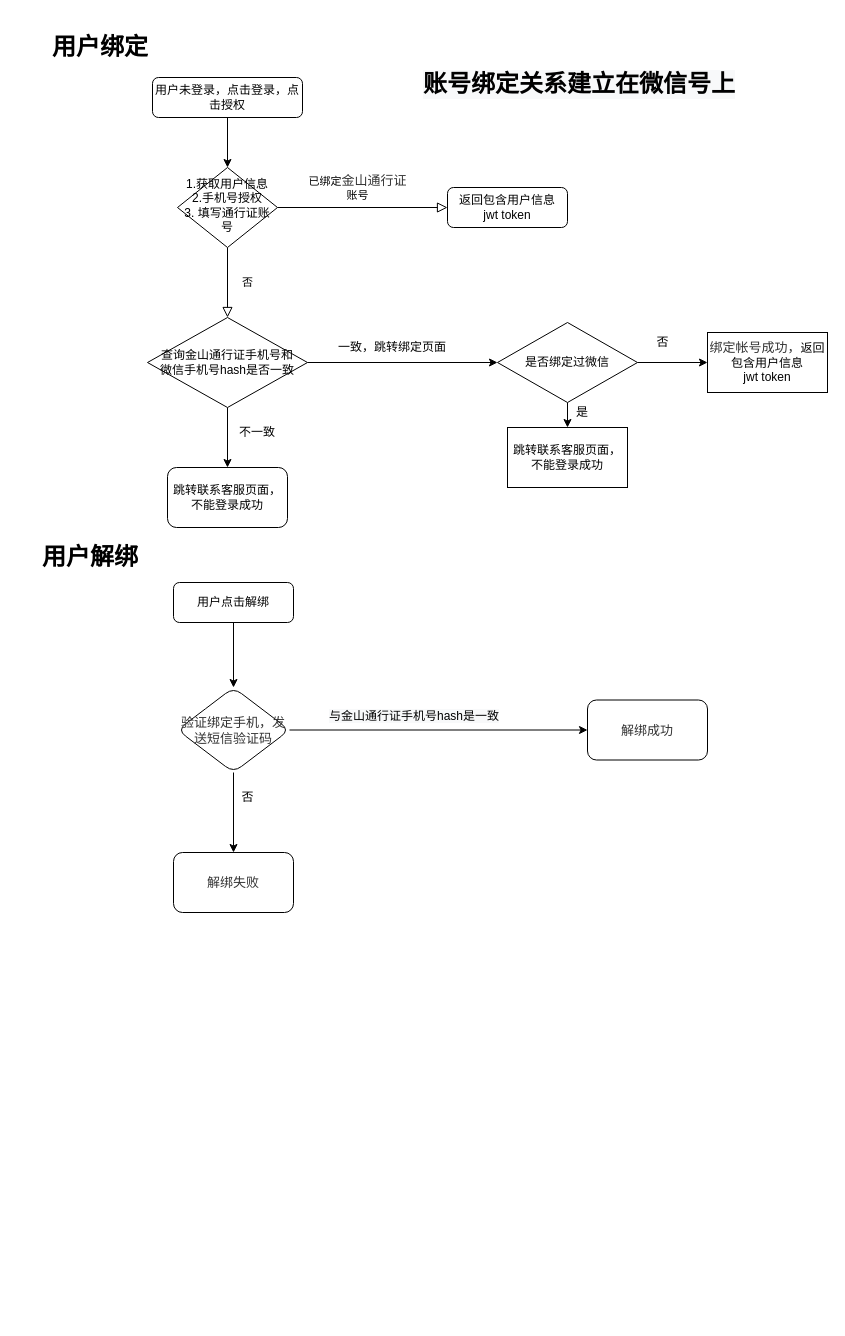
This is Untitled Diagram.drawio from over-star/drawio, a draw.io file, before an edit. Source tidied: cells renumbered, new cells numbered last; positions are measured from the earlier drawing's top-left corner, leaving out a move shared by most shapes. Both pictures are drawn from the tidied source at 100%, with x=0, y=0 at pixel (37, 27).
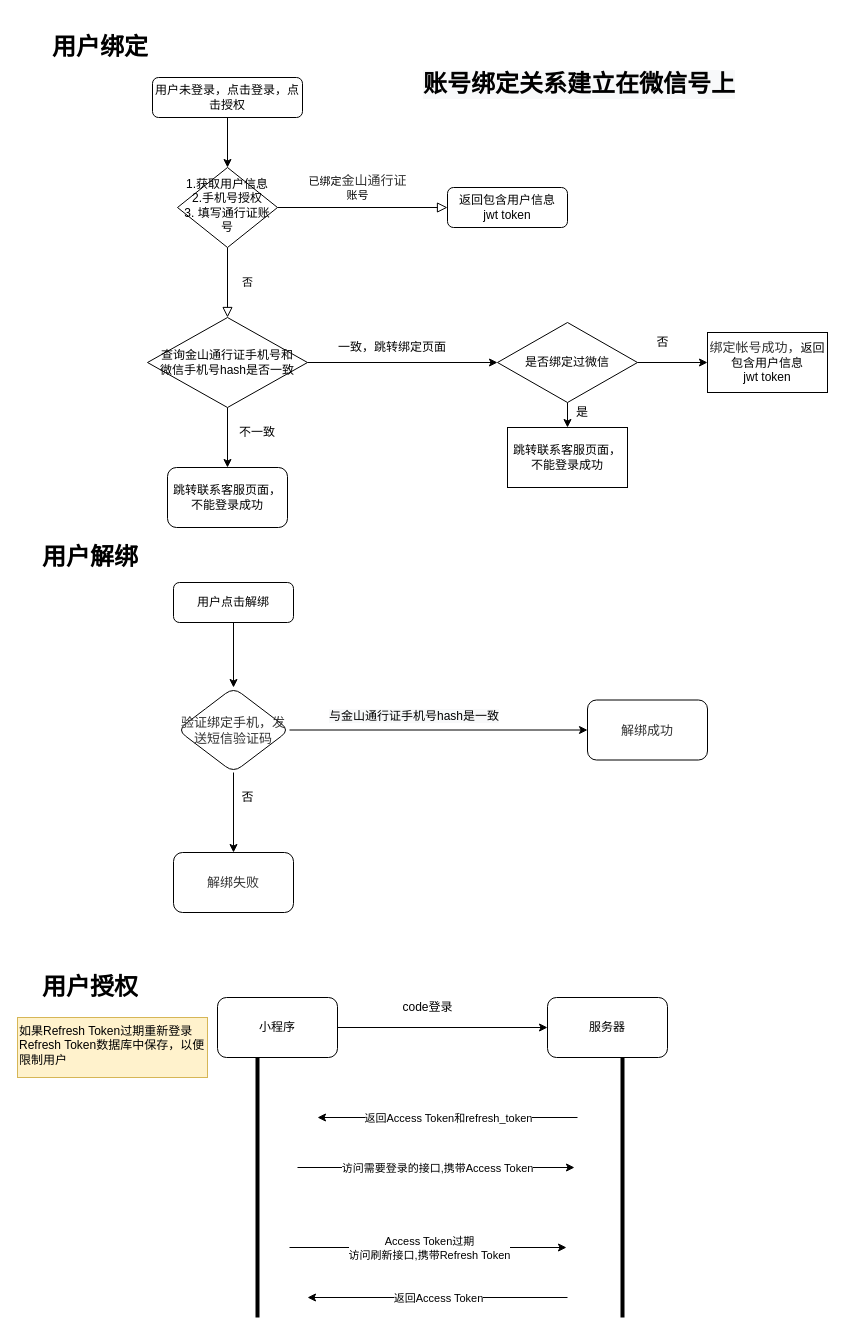
After the change.

The edit, as a diff of the source:
```diff
@@
+    <mxCell id="33" value="&lt;h1&gt;用户授权&lt;/h1&gt;&lt;p&gt;&lt;br&gt;&lt;/p&gt;" style="text;html=1;strokeColor=none;fillColor=none;spacing=5;spacingTop=-20;whiteSpace=wrap;overflow=hidden;rounded=0;" parent="1" vertex="1">
+      <mxGeometry y="940" width="190" height="40" as="geometry" />
+    </mxCell>
+    <mxCell id="34" style="edgeStyle=orthogonalEdgeStyle;rounded=0;jettySize=auto;html=1;" parent="1" edge="1" source="35" target="36">
+      <mxGeometry relative="1" as="geometry" />
+    </mxCell>
+    <mxCell id="35" value="小程序" style="rounded=1;whiteSpace=wrap;html=1;" parent="1" vertex="1">
+      <mxGeometry x="180" y="970" width="120" height="60" as="geometry" />
+    </mxCell>
+    <mxCell id="36" value="服务器" style="rounded=1;whiteSpace=wrap;html=1;" parent="1" vertex="1">
+      <mxGeometry x="510" y="970" width="120" height="60" as="geometry" />
+    </mxCell>
+    <mxCell id="37" value="code登录" style="text;html=1;align=center;verticalAlign=middle;strokeColor=none;fillColor=none;" parent="1" vertex="1">
+      <mxGeometry x="355" y="970" width="70" height="20" as="geometry" />
+    </mxCell>
+    <mxCell id="38" style="line;strokeWidth=4;direction=south;html=1;perimeter=backbonePerimeter;" parent="1" vertex="1">
+      <mxGeometry x="580" y="1030" width="10" height="260" as="geometry" />
+    </mxCell>
+    <mxCell id="39" style="endArrow=classic;html=1;rounded=0;" parent="1" edge="1">
+      <mxGeometry relative="1" as="geometry">
+        <mxPoint x="540" y="1090" as="sourcePoint" />
+        <mxPoint x="280" y="1090" as="targetPoint" />
+      </mxGeometry>
+    </mxCell>
+    <mxCell id="40" value="返回Access Token和refresh_token" style="edgeLabel;html=1;align=center;verticalAlign=middle;" parent="39" vertex="1">
+      <mxGeometry relative="1" as="geometry" />
+    </mxCell>
+    <mxCell id="41" style="line;strokeWidth=4;direction=south;html=1;perimeter=backbonePerimeter;" parent="1" vertex="1">
+      <mxGeometry x="215" y="1030" width="10" height="260" as="geometry" />
+    </mxCell>
+    <mxCell id="42" style="endArrow=classic;html=1;rounded=0;" parent="1" edge="1">
+      <mxGeometry relative="1" as="geometry">
+        <mxPoint x="260" y="1140" as="sourcePoint" />
+        <mxPoint x="537" y="1140" as="targetPoint" />
+      </mxGeometry>
+    </mxCell>
+    <mxCell id="43" value="访问需要登录的接口,携带Access Token" style="edgeLabel;html=1;align=center;verticalAlign=middle;" parent="42" vertex="1">
+      <mxGeometry relative="1" as="geometry" />
+    </mxCell>
+    <mxCell id="44" style="endArrow=classic;html=1;rounded=0;" parent="1" edge="1">
+      <mxGeometry relative="1" as="geometry">
+        <mxPoint x="530" y="1270" as="sourcePoint" />
+        <mxPoint x="270" y="1270" as="targetPoint" />
+      </mxGeometry>
+    </mxCell>
+    <mxCell id="45" value="返回Access Token" style="edgeLabel;html=1;align=center;verticalAlign=middle;" parent="44" vertex="1">
+      <mxGeometry relative="1" as="geometry" />
+    </mxCell>
+    <mxCell id="46" style="endArrow=classic;html=1;rounded=0;" parent="1" edge="1">
+      <mxGeometry relative="1" as="geometry">
+        <mxPoint x="252" y="1220" as="sourcePoint" />
+        <mxPoint x="529" y="1220" as="targetPoint" />
+      </mxGeometry>
+    </mxCell>
+    <mxCell id="47" value="&lt;div&gt;&lt;span style=&quot;font-size: 11px&quot;&gt;Access Token过期&lt;/span&gt;&lt;/div&gt;&lt;div&gt;&lt;span style=&quot;font-size: 11px&quot;&gt;访问刷新接口,携带Refresh Token&lt;/span&gt;&lt;/div&gt;" style="edgeLabel;html=1;align=center;verticalAlign=middle;" parent="46" vertex="1">
+      <mxGeometry relative="1" as="geometry" />
+    </mxCell>
+    <mxCell id="48" value="如果Refresh Token过期重新登录&lt;br&gt;Refresh Token数据库中保存，以便限制用户&lt;br&gt;" style="text;whiteSpace=wrap;html=1;fillColor=#fff2cc;strokeColor=#d6b656;" parent="1" vertex="1">
+      <mxGeometry x="-20" y="990" width="190" height="60" as="geometry" />
+    </mxCell>
```
